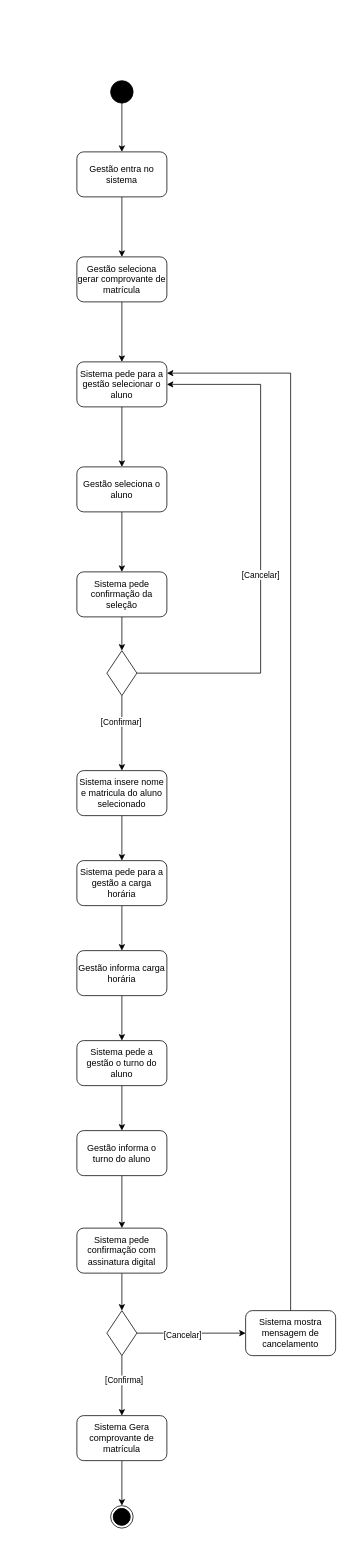
Above: Requisito-15.drawio in LizReis/An-lise-de-Sistemas (draw.io), before the change. Source tidied: cells renumbered, new cells numbered last; positions are measured from the earlier drawing's top-left corner, leaving out a move shared by most shapes. Both pictures are drawn from the tidied source at 75%, with x=0, y=0 at pixel (76, 80).
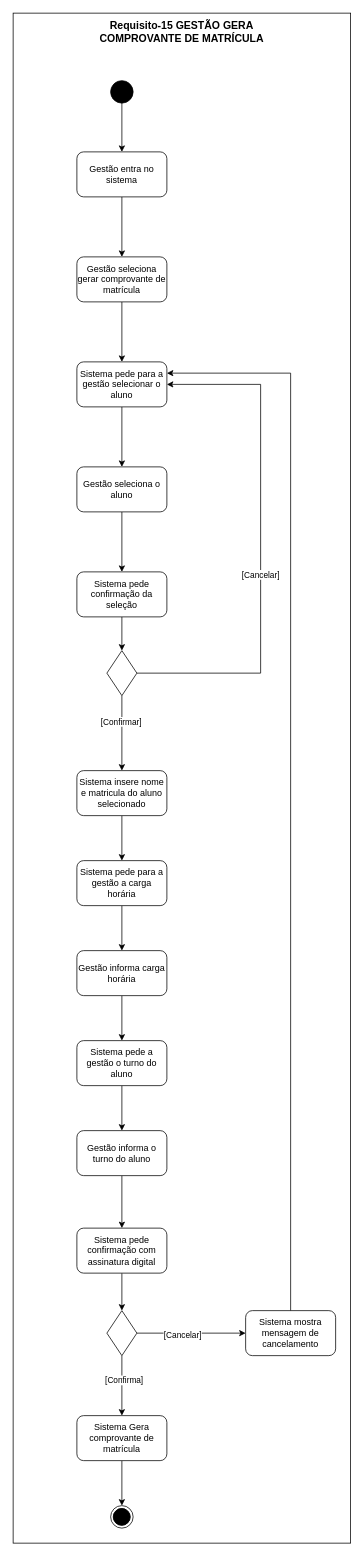
Above is the later version.

Change to the diagram source:
```diff
@@
+    <mxCell id="43" style="rounded=0;whiteSpace=wrap;html=1;" parent="1" vertex="1">
+      <mxGeometry x="-85" y="-90" width="450" height="2040" as="geometry" />
+    </mxCell>
@@
+    <mxCell id="44" value="Requisito-15 GESTÃO GERA COMPROVANTE DE MATRÍCULA" style="text;html=1;align=center;verticalAlign=middle;whiteSpace=wrap;rounded=0;fontStyle=1;fontSize=14;" parent="1" vertex="1">
+      <mxGeometry x="-10" y="-80" width="300" height="30" as="geometry" />
+    </mxCell>
```
